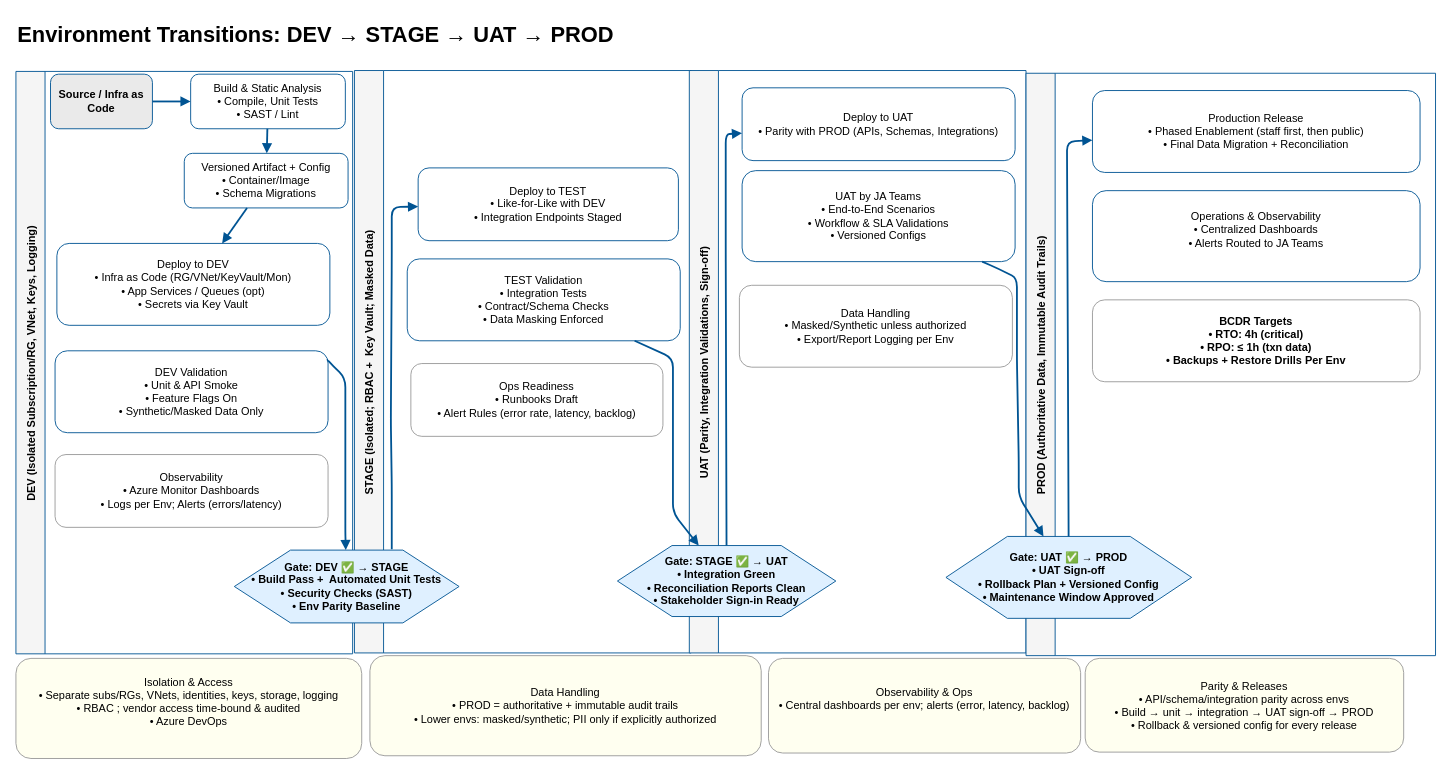
Above: Env Transition.drawio in VenkataParasa/ja (draw.io), before the change. Source tidied: cells renumbered, new cells numbered last; positions are measured from the earlier drawing's top-left corner, leaving out a move shared by most shapes. Both pictures are drawn from the tidied source at 91%, with x=0, y=0 at pixel (15, 15).
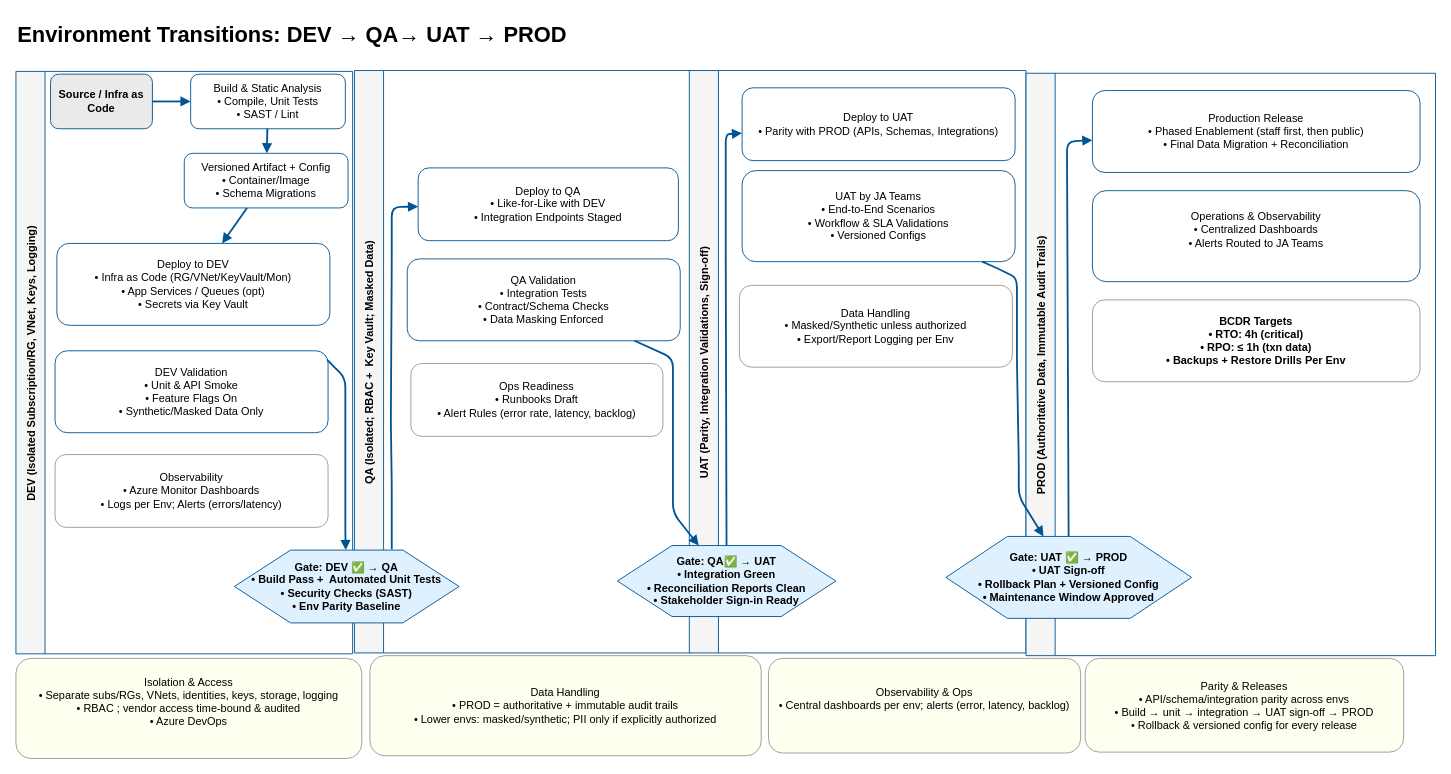
The same diagram, later.

Unchanged cells that the change refers to:
```xml
<mxCell id="2" style="group;" parent="1" vertex="1">
  <mxGeometry width="1560" height="816" as="geometry" />
</mxCell>
```

The edit, as a diff of the source:
```diff
@@
-    <mxCell id="3" value="Environment Transitions: DEV → STAGE → UAT → PROD" style="text;whiteSpace=wrap;html=1;fontSize=24;fontStyle=1;align=left;" parent="2" vertex="1">
+    <mxCell id="3" value="Environment Transitions: DEV → QA→ UAT → PROD" style="text;whiteSpace=wrap;html=1;fontSize=24;fontStyle=1;align=left;" parent="2" vertex="1">
       <mxGeometry width="1200" height="40" as="geometry" />
     </mxCell>
@@
-    <mxCell id="10" value="STAGE (Isolated; RBAC +  Key Vault; Masked Data)" style="swimlane;fontStyle=1;startSize=32;horizontal=0;fillColor=#f5f5f5;strokeColor=#005493;" parent="2" vertex="1">
+    <mxCell id="10" value="QA (Isolated; RBAC +  Key Vault; Masked Data)" style="swimlane;fontStyle=1;startSize=32;horizontal=0;fillColor=#f5f5f5;strokeColor=#005493;" parent="2" vertex="1">
       <mxGeometry x="372" y="60" width="370" height="640" as="geometry" />
     </mxCell>
-    <mxCell id="11" value="Deploy to TEST&#10;• Like‑for‑Like with DEV&#10;• Integration Endpoints Staged" style="rounded=1;whiteSpace=wrap;html=1;strokeColor=#005493;fillColor=#ffffff;" parent="10" vertex="1">
+    <mxCell id="11" value="Deploy to QA&lt;br&gt;• Like‑for‑Like with DEV&lt;br&gt;• Integration Endpoints Staged" style="rounded=1;whiteSpace=wrap;html=1;strokeColor=#005493;fillColor=#ffffff;" parent="10" vertex="1">
       <mxGeometry x="70" y="107" width="286" height="80" as="geometry" />
     </mxCell>
-    <mxCell id="12" value="TEST Validation&#10;• Integration Tests&#10;• Contract/Schema Checks&#10;• Data Masking Enforced" style="rounded=1;whiteSpace=wrap;html=1;strokeColor=#005493;fillColor=#ffffff;" parent="10" vertex="1">
+    <mxCell id="12" value="QA Validation&lt;br&gt;• Integration Tests&lt;br&gt;• Contract/Schema Checks&lt;br&gt;• Data Masking Enforced" style="rounded=1;whiteSpace=wrap;html=1;strokeColor=#005493;fillColor=#ffffff;" parent="10" vertex="1">
       <mxGeometry x="58" y="207" width="300" height="90" as="geometry" />
     </mxCell>
@@
-    <mxCell id="24" value="Gate: DEV ✅ → STAGE&lt;br&gt;• Build Pass +&amp;nbsp; Automated Unit Tests&lt;br&gt;• Security Checks (SAST)&lt;br&gt;• Env Parity Baseline" style="shape=hexagon;whiteSpace=wrap;html=1;strokeColor=#005493;fillColor=#dff0ff;fontStyle=1;" parent="2" vertex="1">
+    <mxCell id="24" value="Gate: DEV ✅ → QA&lt;br&gt;• Build Pass +&amp;nbsp; Automated Unit Tests&lt;br&gt;• Security Checks (SAST)&lt;br&gt;• Env Parity Baseline" style="shape=hexagon;whiteSpace=wrap;html=1;strokeColor=#005493;fillColor=#dff0ff;fontStyle=1;" parent="2" vertex="1">
       <mxGeometry x="240" y="587" width="247" height="80" as="geometry" />
     </mxCell>
-    <mxCell id="25" value="Gate: STAGE ✅ → UAT&lt;br&gt;• Integration Green&lt;br&gt;• Reconciliation Reports Clean&lt;br&gt;• Stakeholder Sign‑in Ready" style="shape=hexagon;whiteSpace=wrap;html=1;strokeColor=#005493;fillColor=#dff0ff;fontStyle=1;" parent="2" vertex="1">
+    <mxCell id="25" value="Gate: QA✅ → UAT&lt;br&gt;• Integration Green&lt;br&gt;• Reconciliation Reports Clean&lt;br&gt;• Stakeholder Sign‑in Ready" style="shape=hexagon;whiteSpace=wrap;html=1;strokeColor=#005493;fillColor=#dff0ff;fontStyle=1;" parent="2" vertex="1">
       <mxGeometry x="661" y="582" width="240" height="78" as="geometry" />
     </mxCell>
```
